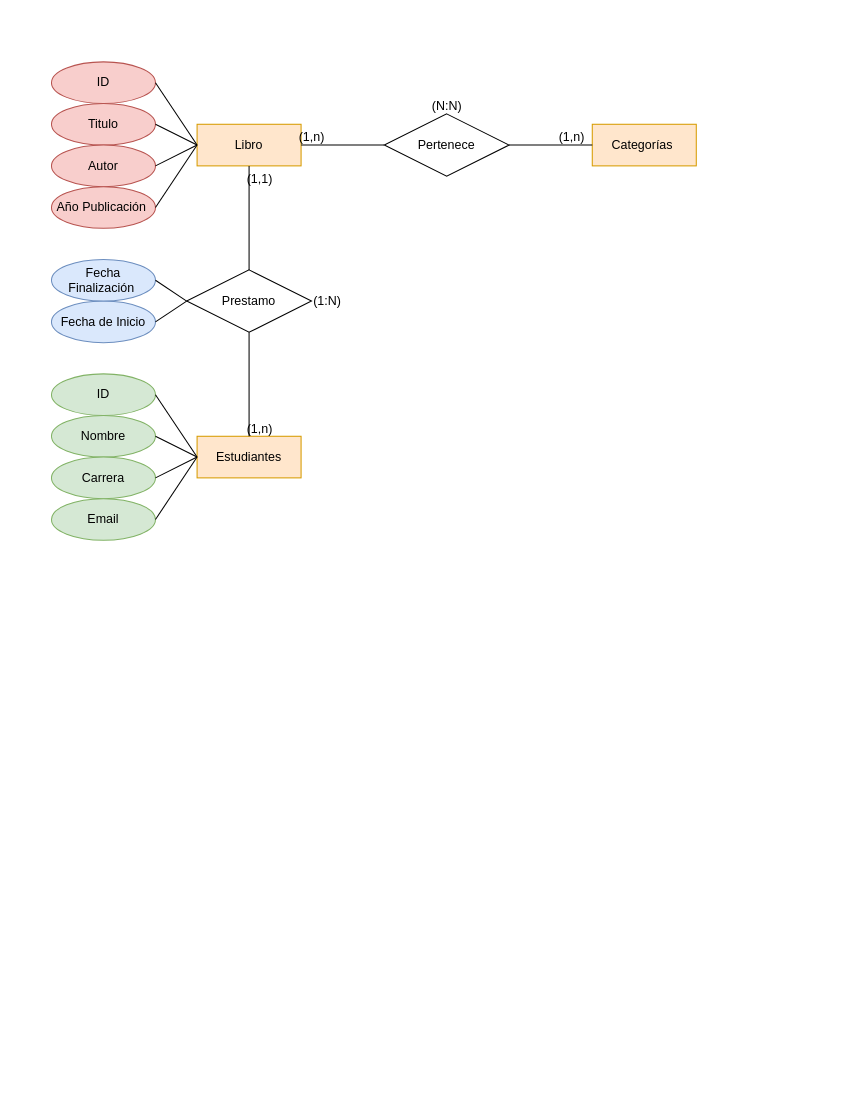
SebassX69/DiagramasDB keeps this draw.io diagram as LabMertoMR.drawio. Above is the earlier version. Source tidied: cells renumbered, new cells numbered last; positions are measured from the earlier drawing's top-left corner, leaving out a move shared by most shapes. Both pictures are drawn from the tidied source at 104%, with x=0, y=0 at pixel (51, 61).
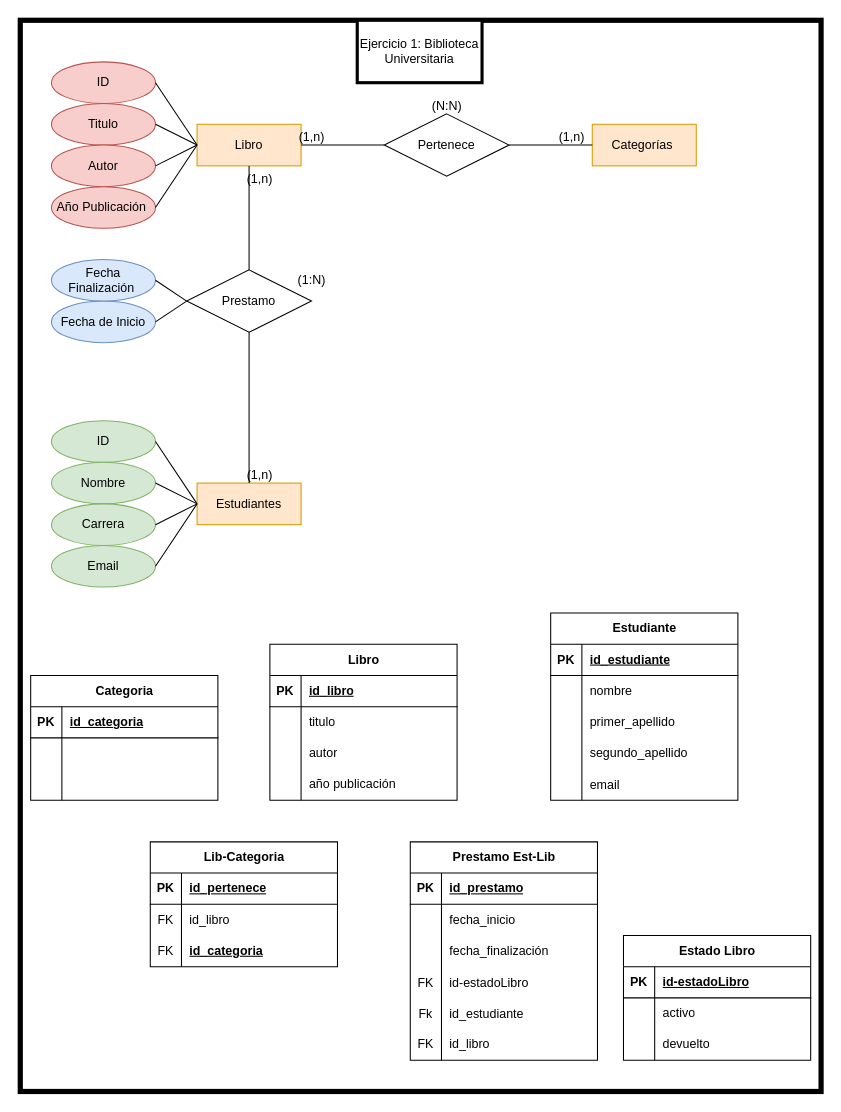
The same diagram, later.

Change to the diagram source:
```diff
@@
     <mxCell id="9" value="Estudiantes" style="whiteSpace=wrap;html=1;align=center;fillColor=#ffe6cc;strokeColor=#d79b00;" parent="1" vertex="1">
-      <mxGeometry x="140" y="360" width="100" height="40" as="geometry" />
+      <mxGeometry x="140" y="405" width="100" height="40" as="geometry" />
     </mxCell>
     <mxCell id="10" value="ID" style="ellipse;whiteSpace=wrap;html=1;align=center;fillColor=#d5e8d4;strokeColor=#82b366;" parent="1" vertex="1">
-      <mxGeometry y="300" width="100" height="40" as="geometry" />
+      <mxGeometry y="345" width="100" height="40" as="geometry" />
     </mxCell>
     <mxCell id="11" value="Nombre" style="ellipse;whiteSpace=wrap;html=1;align=center;fillColor=#d5e8d4;strokeColor=#82b366;" parent="1" vertex="1">
-      <mxGeometry y="340" width="100" height="40" as="geometry" />
+      <mxGeometry y="385" width="100" height="40" as="geometry" />
     </mxCell>
     <mxCell id="12" value="Carrera" style="ellipse;whiteSpace=wrap;html=1;align=center;fillColor=#d5e8d4;strokeColor=#82b366;" parent="1" vertex="1">
-      <mxGeometry y="380" width="100" height="40" as="geometry" />
+      <mxGeometry y="425" width="100" height="40" as="geometry" />
     </mxCell>
     <mxCell id="13" value="Email" style="ellipse;whiteSpace=wrap;html=1;align=center;fillColor=#d5e8d4;strokeColor=#82b366;" parent="1" vertex="1">
-      <mxGeometry y="420" width="100" height="40" as="geometry" />
+      <mxGeometry y="465" width="100" height="40" as="geometry" />
     </mxCell>
@@
     <mxCell id="32" value="(1,n)" style="text;html=1;align=center;verticalAlign=middle;strokeColor=none;fillColor=none;" parent="1" vertex="1">
-      <mxGeometry x="175" y="338" width="50" height="30" as="geometry" />
+      <mxGeometry x="175" y="383" width="50" height="30" as="geometry" />
     </mxCell>
-    <mxCell id="33" value="(1,1)" style="text;html=1;align=center;verticalAlign=middle;strokeColor=none;fillColor=none;" parent="1" vertex="1">
+    <mxCell id="33" value="(1,n)" style="text;html=1;align=center;verticalAlign=middle;strokeColor=none;fillColor=none;" parent="1" vertex="1">
       <mxGeometry x="175" y="98" width="50" height="30" as="geometry" />
     </mxCell>
     <mxCell id="34" value="(1:N)" style="text;html=1;align=center;verticalAlign=middle;strokeColor=none;fillColor=none;" parent="1" vertex="1">
-      <mxGeometry x="240" y="215" width="50" height="30" as="geometry" />
+      <mxGeometry x="225" y="195" width="50" height="30" as="geometry" />
     </mxCell>
@@
+    <mxCell id="37" value="Libro" style="shape=table;startSize=30;childLayout=tableLayout;rowLines=0;fontStyle=1;align=center;html=1;" parent="1" vertex="1">
+      <mxGeometry x="210" y="560" width="180" height="150" as="geometry" />
+    </mxCell>
+    <mxCell id="38" style="shape=tableRow;horizontal=0;startSize=0;swimlaneHead=0;swimlaneBody=0;fillColor=none;top=0;left=0;right=0;bottom=1;" parent="37" vertex="1">
+      <mxGeometry y="30" width="180" height="30" as="geometry" />
+    </mxCell>
+    <mxCell id="39" value="PK" style="shape=partialRectangle;fillColor=none;top=0;left=0;bottom=0;right=0;fontStyle=1;overflow=hidden;whiteSpace=wrap;html=1;" parent="38" vertex="1">
+      <mxGeometry width="30" height="30" as="geometry" />
+    </mxCell>
+    <mxCell id="40" value="id_libro" style="shape=partialRectangle;fillColor=none;top=0;left=0;bottom=0;right=0;align=left;spacingLeft=6;fontStyle=5;overflow=hidden;whiteSpace=wrap;html=1;" parent="38" vertex="1">
+      <mxGeometry x="30" width="150" height="30" as="geometry" />
+    </mxCell>
+    <mxCell id="41" style="shape=tableRow;horizontal=0;startSize=0;swimlaneHead=0;swimlaneBody=0;fillColor=none;top=0;left=0;right=0;bottom=0;" parent="37" vertex="1">
+      <mxGeometry y="60" width="180" height="30" as="geometry" />
+    </mxCell>
+    <mxCell id="42" style="shape=partialRectangle;fillColor=none;top=0;left=0;bottom=0;right=0;overflow=hidden;whiteSpace=wrap;html=1;" parent="41" vertex="1">
+      <mxGeometry width="30" height="30" as="geometry" />
+    </mxCell>
+    <mxCell id="43" value="titulo" style="shape=partialRectangle;fillColor=none;top=0;left=0;bottom=0;right=0;align=left;spacingLeft=6;overflow=hidden;whiteSpace=wrap;html=1;" parent="41" vertex="1">
+      <mxGeometry x="30" width="150" height="30" as="geometry" />
+    </mxCell>
+    <mxCell id="44" style="shape=tableRow;horizontal=0;startSize=0;swimlaneHead=0;swimlaneBody=0;fillColor=none;top=0;left=0;right=0;bottom=0;" parent="37" vertex="1">
+      <mxGeometry y="90" width="180" height="30" as="geometry" />
+    </mxCell>
+    <mxCell id="45" style="shape=partialRectangle;fillColor=none;top=0;left=0;bottom=0;right=0;overflow=hidden;whiteSpace=wrap;html=1;" parent="44" vertex="1">
+      <mxGeometry width="30" height="30" as="geometry" />
+    </mxCell>
+    <mxCell id="46" value="autor" style="shape=partialRectangle;fillColor=none;top=0;left=0;bottom=0;right=0;align=left;spacingLeft=6;overflow=hidden;whiteSpace=wrap;html=1;" parent="44" vertex="1">
+      <mxGeometry x="30" width="150" height="30" as="geometry" />
+    </mxCell>
+    <mxCell id="47" style="shape=tableRow;horizontal=0;startSize=0;swimlaneHead=0;swimlaneBody=0;fillColor=none;top=0;left=0;right=0;bottom=0;" parent="37" vertex="1">
+      <mxGeometry y="120" width="180" height="30" as="geometry" />
+    </mxCell>
+    <mxCell id="48" style="shape=partialRectangle;fillColor=none;top=0;left=0;bottom=0;right=0;overflow=hidden;whiteSpace=wrap;html=1;" parent="47" vertex="1">
+      <mxGeometry width="30" height="30" as="geometry" />
+    </mxCell>
+    <mxCell id="49" value="año publicación&amp;nbsp;" style="shape=partialRectangle;fillColor=none;top=0;left=0;bottom=0;right=0;align=left;spacingLeft=6;overflow=hidden;whiteSpace=wrap;html=1;" parent="47" vertex="1">
+      <mxGeometry x="30" width="150" height="30" as="geometry" />
+    </mxCell>
+    <mxCell id="50" value="Categoria" style="shape=table;startSize=30;childLayout=tableLayout;rowLines=0;fontStyle=1;align=center;html=1;" parent="1" vertex="1">
+      <mxGeometry x="-20" y="590" width="180" height="120" as="geometry" />
+    </mxCell>
+    <mxCell id="51" style="shape=tableRow;horizontal=0;startSize=0;swimlaneHead=0;swimlaneBody=0;fillColor=none;top=0;left=0;right=0;bottom=1;" parent="50" vertex="1">
+      <mxGeometry y="30" width="180" height="30" as="geometry" />
+    </mxCell>
+    <mxCell id="52" value="PK" style="shape=partialRectangle;fillColor=none;top=0;left=0;bottom=0;right=0;fontStyle=1;overflow=hidden;whiteSpace=wrap;html=1;" parent="51" vertex="1">
+      <mxGeometry width="30" height="30" as="geometry" />
+    </mxCell>
+    <mxCell id="53" value="id_categoria" style="shape=partialRectangle;fillColor=none;top=0;left=0;bottom=0;right=0;align=left;spacingLeft=6;fontStyle=5;overflow=hidden;whiteSpace=wrap;html=1;" parent="51" vertex="1">
+      <mxGeometry x="30" width="150" height="30" as="geometry" />
+    </mxCell>
+    <mxCell id="54" style="shape=tableRow;horizontal=0;startSize=0;swimlaneHead=0;swimlaneBody=0;fillColor=none;top=0;left=0;right=0;bottom=0;" parent="50" vertex="1">
+      <mxGeometry y="60" width="180" height="30" as="geometry" />
+    </mxCell>
+    <mxCell id="55" style="shape=partialRectangle;fillColor=none;top=0;left=0;bottom=0;right=0;overflow=hidden;whiteSpace=wrap;html=1;" parent="54" vertex="1">
+      <mxGeometry width="30" height="30" as="geometry" />
+    </mxCell>
+    <mxCell id="56" style="shape=partialRectangle;fillColor=none;top=0;left=0;bottom=0;right=0;align=left;spacingLeft=6;overflow=hidden;whiteSpace=wrap;html=1;" parent="54" vertex="1">
+      <mxGeometry x="30" width="150" height="30" as="geometry" />
+    </mxCell>
+    <mxCell id="57" style="shape=tableRow;horizontal=0;startSize=0;swimlaneHead=0;swimlaneBody=0;fillColor=none;top=0;left=0;right=0;bottom=0;" parent="50" vertex="1">
+      <mxGeometry y="90" width="180" height="30" as="geometry" />
+    </mxCell>
+    <mxCell id="58" style="shape=partialRectangle;fillColor=none;top=0;left=0;bottom=0;right=0;overflow=hidden;whiteSpace=wrap;html=1;" parent="57" vertex="1">
+      <mxGeometry width="30" height="30" as="geometry" />
+    </mxCell>
+    <mxCell id="59" style="shape=partialRectangle;fillColor=none;top=0;left=0;bottom=0;right=0;align=left;spacingLeft=6;overflow=hidden;whiteSpace=wrap;html=1;" parent="57" vertex="1">
+      <mxGeometry x="30" width="150" height="30" as="geometry" />
+    </mxCell>
+    <mxCell id="60" value="Estudiante" style="shape=table;startSize=30;childLayout=tableLayout;rowLines=0;fontStyle=1;align=center;html=1;" parent="1" vertex="1">
+      <mxGeometry x="480" y="530" width="180" height="180" as="geometry" />
+    </mxCell>
+    <mxCell id="61" style="shape=tableRow;horizontal=0;startSize=0;swimlaneHead=0;swimlaneBody=0;fillColor=none;top=0;left=0;right=0;bottom=1;" parent="60" vertex="1">
+      <mxGeometry y="30" width="180" height="30" as="geometry" />
+    </mxCell>
+    <mxCell id="62" value="PK" style="shape=partialRectangle;fillColor=none;top=0;left=0;bottom=0;right=0;fontStyle=1;overflow=hidden;whiteSpace=wrap;html=1;" parent="61" vertex="1">
+      <mxGeometry width="30" height="30" as="geometry" />
+    </mxCell>
+    <mxCell id="63" value="id_estudiante" style="shape=partialRectangle;fillColor=none;top=0;left=0;bottom=0;right=0;align=left;spacingLeft=6;fontStyle=5;overflow=hidden;whiteSpace=wrap;html=1;" parent="61" vertex="1">
+      <mxGeometry x="30" width="150" height="30" as="geometry" />
+    </mxCell>
+    <mxCell id="64" style="shape=tableRow;horizontal=0;startSize=0;swimlaneHead=0;swimlaneBody=0;fillColor=none;top=0;left=0;right=0;bottom=0;" parent="60" vertex="1">
+      <mxGeometry y="60" width="180" height="30" as="geometry" />
+    </mxCell>
+    <mxCell id="65" style="shape=partialRectangle;fillColor=none;top=0;left=0;bottom=0;right=0;overflow=hidden;whiteSpace=wrap;html=1;" parent="64" vertex="1">
+      <mxGeometry width="30" height="30" as="geometry" />
+    </mxCell>
+    <mxCell id="66" value="nombre" style="shape=partialRectangle;fillColor=none;top=0;left=0;bottom=0;right=0;align=left;spacingLeft=6;overflow=hidden;whiteSpace=wrap;html=1;" parent="64" vertex="1">
+      <mxGeometry x="30" width="150" height="30" as="geometry" />
+    </mxCell>
+    <mxCell id="67" style="shape=tableRow;horizontal=0;startSize=0;swimlaneHead=0;swimlaneBody=0;fillColor=none;top=0;left=0;right=0;bottom=0;" parent="60" vertex="1">
+      <mxGeometry y="90" width="180" height="30" as="geometry" />
+    </mxCell>
+    <mxCell id="68" style="shape=partialRectangle;fillColor=none;top=0;left=0;bottom=0;right=0;overflow=hidden;whiteSpace=wrap;html=1;" parent="67" vertex="1">
+      <mxGeometry width="30" height="30" as="geometry" />
+    </mxCell>
+    <mxCell id="69" value="primer_apellido" style="shape=partialRectangle;fillColor=none;top=0;left=0;bottom=0;right=0;align=left;spacingLeft=6;overflow=hidden;whiteSpace=wrap;html=1;" parent="67" vertex="1">
+      <mxGeometry x="30" width="150" height="30" as="geometry" />
+    </mxCell>
+    <mxCell id="70" style="shape=tableRow;horizontal=0;startSize=0;swimlaneHead=0;swimlaneBody=0;fillColor=none;top=0;left=0;right=0;bottom=0;" parent="60" vertex="1">
+      <mxGeometry y="120" width="180" height="30" as="geometry" />
+    </mxCell>
+    <mxCell id="71" style="shape=partialRectangle;fillColor=none;top=0;left=0;bottom=0;right=0;overflow=hidden;whiteSpace=wrap;html=1;" parent="70" vertex="1">
+      <mxGeometry width="30" height="30" as="geometry" />
+    </mxCell>
+    <mxCell id="72" value="segundo_apellido" style="shape=partialRectangle;fillColor=none;top=0;left=0;bottom=0;right=0;align=left;spacingLeft=6;overflow=hidden;whiteSpace=wrap;html=1;" parent="70" vertex="1">
+      <mxGeometry x="30" width="150" height="30" as="geometry" />
+    </mxCell>
+    <mxCell id="73" style="shape=tableRow;horizontal=0;startSize=0;swimlaneHead=0;swimlaneBody=0;fillColor=none;top=0;left=0;right=0;bottom=0;" parent="60" vertex="1">
+      <mxGeometry y="150" width="180" height="30" as="geometry" />
+    </mxCell>
+    <mxCell id="74" style="shape=partialRectangle;fillColor=none;top=0;left=0;bottom=0;right=0;overflow=hidden;" parent="73" vertex="1">
+      <mxGeometry width="30" height="30" as="geometry" />
+    </mxCell>
+    <mxCell id="75" value="email" style="shape=partialRectangle;fillColor=none;top=0;left=0;bottom=0;right=0;align=left;spacingLeft=6;overflow=hidden;" parent="73" vertex="1">
+      <mxGeometry x="30" width="150" height="30" as="geometry" />
+    </mxCell>
+    <mxCell id="76" value="Prestamo Est-Lib" style="shape=table;startSize=30;childLayout=tableLayout;rowLines=0;fontStyle=1;align=center;html=1;" parent="1" vertex="1">
+      <mxGeometry x="345" y="750" width="180" height="210" as="geometry" />
+    </mxCell>
+    <mxCell id="77" style="shape=tableRow;horizontal=0;startSize=0;swimlaneHead=0;swimlaneBody=0;fillColor=none;top=0;left=0;right=0;bottom=1;" parent="76" vertex="1">
+      <mxGeometry y="30" width="180" height="30" as="geometry" />
+    </mxCell>
+    <mxCell id="78" value="PK" style="shape=partialRectangle;fillColor=none;top=0;left=0;bottom=0;right=0;fontStyle=1;overflow=hidden;whiteSpace=wrap;html=1;" parent="77" vertex="1">
+      <mxGeometry width="30" height="30" as="geometry" />
+    </mxCell>
+    <mxCell id="79" value="id_prestamo" style="shape=partialRectangle;fillColor=none;top=0;left=0;bottom=0;right=0;align=left;spacingLeft=6;fontStyle=5;overflow=hidden;whiteSpace=wrap;html=1;" parent="77" vertex="1">
+      <mxGeometry x="30" width="150" height="30" as="geometry" />
+    </mxCell>
+    <mxCell id="80" style="shape=tableRow;horizontal=0;startSize=0;swimlaneHead=0;swimlaneBody=0;fillColor=none;top=0;left=0;right=0;bottom=0;" parent="76" vertex="1">
+      <mxGeometry y="60" width="180" height="30" as="geometry" />
+    </mxCell>
+    <mxCell id="81" style="shape=partialRectangle;fillColor=none;top=0;left=0;bottom=0;right=0;overflow=hidden;whiteSpace=wrap;html=1;" parent="80" vertex="1">
+      <mxGeometry width="30" height="30" as="geometry" />
+    </mxCell>
+    <mxCell id="82" value="fecha_inicio&amp;nbsp;" style="shape=partialRectangle;fillColor=none;top=0;left=0;bottom=0;right=0;align=left;spacingLeft=6;overflow=hidden;whiteSpace=wrap;html=1;" parent="80" vertex="1">
+      <mxGeometry x="30" width="150" height="30" as="geometry" />
+    </mxCell>
+    <mxCell id="83" style="shape=tableRow;horizontal=0;startSize=0;swimlaneHead=0;swimlaneBody=0;fillColor=none;top=0;left=0;right=0;bottom=0;" parent="76" vertex="1">
+      <mxGeometry y="90" width="180" height="30" as="geometry" />
+    </mxCell>
+    <mxCell id="84" style="shape=partialRectangle;fillColor=none;top=0;left=0;bottom=0;right=0;overflow=hidden;whiteSpace=wrap;html=1;" parent="83" vertex="1">
+      <mxGeometry width="30" height="30" as="geometry" />
+    </mxCell>
+    <mxCell id="85" value="fecha_finalización&amp;nbsp;" style="shape=partialRectangle;fillColor=none;top=0;left=0;bottom=0;right=0;align=left;spacingLeft=6;overflow=hidden;whiteSpace=wrap;html=1;" parent="83" vertex="1">
+      <mxGeometry x="30" width="150" height="30" as="geometry" />
+    </mxCell>
+    <mxCell id="86" style="shape=tableRow;horizontal=0;startSize=0;swimlaneHead=0;swimlaneBody=0;fillColor=none;top=0;left=0;right=0;bottom=0;" parent="76" vertex="1">
+      <mxGeometry y="120" width="180" height="30" as="geometry" />
+    </mxCell>
+    <mxCell id="87" value="FK" style="shape=partialRectangle;fillColor=none;top=0;left=0;bottom=0;right=0;overflow=hidden;" parent="86" vertex="1">
+      <mxGeometry width="30" height="30" as="geometry" />
+    </mxCell>
+    <mxCell id="88" value="id-estadoLibro" style="shape=partialRectangle;fillColor=none;top=0;left=0;bottom=0;right=0;align=left;spacingLeft=6;overflow=hidden;" parent="86" vertex="1">
+      <mxGeometry x="30" width="150" height="30" as="geometry" />
+    </mxCell>
+    <mxCell id="89" style="shape=tableRow;horizontal=0;startSize=0;swimlaneHead=0;swimlaneBody=0;fillColor=none;top=0;left=0;right=0;bottom=0;" parent="76" vertex="1">
+      <mxGeometry y="150" width="180" height="30" as="geometry" />
+    </mxCell>
+    <mxCell id="90" value="Fk" style="shape=partialRectangle;fillColor=none;top=0;left=0;bottom=0;right=0;overflow=hidden;" parent="89" vertex="1">
+      <mxGeometry width="30" height="30" as="geometry" />
+    </mxCell>
+    <mxCell id="91" value="id_estudiante" style="shape=partialRectangle;fillColor=none;top=0;left=0;bottom=0;right=0;align=left;spacingLeft=6;overflow=hidden;" parent="89" vertex="1">
+      <mxGeometry x="30" width="150" height="30" as="geometry" />
+    </mxCell>
+    <mxCell id="92" style="shape=tableRow;horizontal=0;startSize=0;swimlaneHead=0;swimlaneBody=0;fillColor=none;top=0;left=0;right=0;bottom=0;" parent="76" vertex="1">
+      <mxGeometry y="180" width="180" height="30" as="geometry" />
+    </mxCell>
+    <mxCell id="93" value="FK" style="shape=partialRectangle;fillColor=none;top=0;left=0;bottom=0;right=0;overflow=hidden;whiteSpace=wrap;html=1;" parent="92" vertex="1">
+      <mxGeometry width="30" height="30" as="geometry" />
+    </mxCell>
+    <mxCell id="94" value="id_libro" style="shape=partialRectangle;fillColor=none;top=0;left=0;bottom=0;right=0;align=left;spacingLeft=6;overflow=hidden;whiteSpace=wrap;html=1;" parent="92" vertex="1">
+      <mxGeometry x="30" width="150" height="30" as="geometry" />
+    </mxCell>
+    <mxCell id="95" value="Estado Libro" style="shape=table;startSize=30;childLayout=tableLayout;rowLines=0;fontStyle=1;align=center;html=1;" parent="1" vertex="1">
+      <mxGeometry x="550" y="840" width="180" height="120" as="geometry" />
+    </mxCell>
+    <mxCell id="96" style="shape=tableRow;horizontal=0;startSize=0;swimlaneHead=0;swimlaneBody=0;fillColor=none;top=0;left=0;right=0;bottom=1;" parent="95" vertex="1">
+      <mxGeometry y="30" width="180" height="30" as="geometry" />
+    </mxCell>
+    <mxCell id="97" value="PK" style="shape=partialRectangle;fillColor=none;top=0;left=0;bottom=0;right=0;fontStyle=1;overflow=hidden;whiteSpace=wrap;html=1;" parent="96" vertex="1">
+      <mxGeometry width="30" height="30" as="geometry" />
+    </mxCell>
+    <mxCell id="98" value="id-estadoLibro" style="shape=partialRectangle;fillColor=none;top=0;left=0;bottom=0;right=0;align=left;spacingLeft=6;fontStyle=5;overflow=hidden;whiteSpace=wrap;html=1;" parent="96" vertex="1">
+      <mxGeometry x="30" width="150" height="30" as="geometry" />
+    </mxCell>
+    <mxCell id="99" style="shape=tableRow;horizontal=0;startSize=0;swimlaneHead=0;swimlaneBody=0;fillColor=none;top=0;left=0;right=0;bottom=0;" parent="95" vertex="1">
+      <mxGeometry y="60" width="180" height="30" as="geometry" />
+    </mxCell>
+    <mxCell id="100" style="shape=partialRectangle;fillColor=none;top=0;left=0;bottom=0;right=0;overflow=hidden;whiteSpace=wrap;html=1;" parent="99" vertex="1">
+      <mxGeometry width="30" height="30" as="geometry" />
+    </mxCell>
+    <mxCell id="101" value="activo" style="shape=partialRectangle;fillColor=none;top=0;left=0;bottom=0;right=0;align=left;spacingLeft=6;overflow=hidden;whiteSpace=wrap;html=1;" parent="99" vertex="1">
+      <mxGeometry x="30" width="150" height="30" as="geometry" />
+    </mxCell>
+    <mxCell id="102" style="shape=tableRow;horizontal=0;startSize=0;swimlaneHead=0;swimlaneBody=0;fillColor=none;top=0;left=0;right=0;bottom=0;" parent="95" vertex="1">
+      <mxGeometry y="90" width="180" height="30" as="geometry" />
+    </mxCell>
+    <mxCell id="103" style="shape=partialRectangle;fillColor=none;top=0;left=0;bottom=0;right=0;overflow=hidden;whiteSpace=wrap;html=1;" parent="102" vertex="1">
+      <mxGeometry width="30" height="30" as="geometry" />
+    </mxCell>
+    <mxCell id="104" value="devuelto" style="shape=partialRectangle;fillColor=none;top=0;left=0;bottom=0;right=0;align=left;spacingLeft=6;overflow=hidden;whiteSpace=wrap;html=1;" parent="102" vertex="1">
+      <mxGeometry x="30" width="150" height="30" as="geometry" />
+    </mxCell>
+    <mxCell id="105" value="Lib-Categoria" style="shape=table;startSize=30;childLayout=tableLayout;rowLines=0;fontStyle=1;align=center;html=1;" parent="1" vertex="1">
+      <mxGeometry x="95" y="750" width="180" height="120" as="geometry" />
+    </mxCell>
+    <mxCell id="106" style="shape=tableRow;horizontal=0;startSize=0;swimlaneHead=0;swimlaneBody=0;fillColor=none;top=0;left=0;right=0;bottom=1;" parent="105" vertex="1">
+      <mxGeometry y="30" width="180" height="30" as="geometry" />
+    </mxCell>
+    <mxCell id="107" value="PK" style="shape=partialRectangle;fillColor=none;top=0;left=0;bottom=0;right=0;fontStyle=1;overflow=hidden;whiteSpace=wrap;html=1;" parent="106" vertex="1">
+      <mxGeometry width="30" height="30" as="geometry" />
+    </mxCell>
+    <mxCell id="108" value="id_pertenece" style="shape=partialRectangle;fillColor=none;top=0;left=0;bottom=0;right=0;align=left;spacingLeft=6;fontStyle=5;overflow=hidden;whiteSpace=wrap;html=1;" parent="106" vertex="1">
+      <mxGeometry x="30" width="150" height="30" as="geometry" />
+    </mxCell>
+    <mxCell id="109" style="shape=tableRow;horizontal=0;startSize=0;swimlaneHead=0;swimlaneBody=0;fillColor=none;top=0;left=0;right=0;bottom=0;" parent="105" vertex="1">
+      <mxGeometry y="60" width="180" height="30" as="geometry" />
+    </mxCell>
+    <mxCell id="110" value="FK" style="shape=partialRectangle;fillColor=none;top=0;left=0;bottom=0;right=0;overflow=hidden;whiteSpace=wrap;html=1;" parent="109" vertex="1">
+      <mxGeometry width="30" height="30" as="geometry" />
+    </mxCell>
+    <mxCell id="111" value="id_libro" style="shape=partialRectangle;fillColor=none;top=0;left=0;bottom=0;right=0;align=left;spacingLeft=6;overflow=hidden;whiteSpace=wrap;html=1;" parent="109" vertex="1">
+      <mxGeometry x="30" width="150" height="30" as="geometry" />
+    </mxCell>
+    <mxCell id="112" style="shape=tableRow;horizontal=0;startSize=0;swimlaneHead=0;swimlaneBody=0;fillColor=none;top=0;left=0;right=0;bottom=0;" parent="105" vertex="1">
+      <mxGeometry y="90" width="180" height="30" as="geometry" />
+    </mxCell>
+    <mxCell id="113" value="FK" style="shape=partialRectangle;fillColor=none;top=0;left=0;bottom=0;right=0;overflow=hidden;whiteSpace=wrap;html=1;" parent="112" vertex="1">
+      <mxGeometry width="30" height="30" as="geometry" />
+    </mxCell>
+    <mxCell id="114" value="&lt;span style=&quot;font-weight: 700; text-decoration-line: underline;&quot;&gt;id_categoria&lt;/span&gt;" style="shape=partialRectangle;fillColor=none;top=0;left=0;bottom=0;right=0;align=left;spacingLeft=6;overflow=hidden;whiteSpace=wrap;html=1;" parent="112" vertex="1">
+      <mxGeometry x="30" width="150" height="30" as="geometry" />
+    </mxCell>
+    <mxCell id="115" style="rounded=0;whiteSpace=wrap;html=1;fillColor=none;strokeWidth=5;" parent="1" vertex="1">
+      <mxGeometry x="-30" y="-40" width="770" height="1030" as="geometry" />
+    </mxCell>
+    <mxCell id="116" value="Ejercicio 1: Biblioteca Universitaria" style="whiteSpace=wrap;html=1;align=center;strokeWidth=3;" parent="1" vertex="1">
+      <mxGeometry x="294" y="-40" width="120" height="60" as="geometry" />
+    </mxCell>
```
